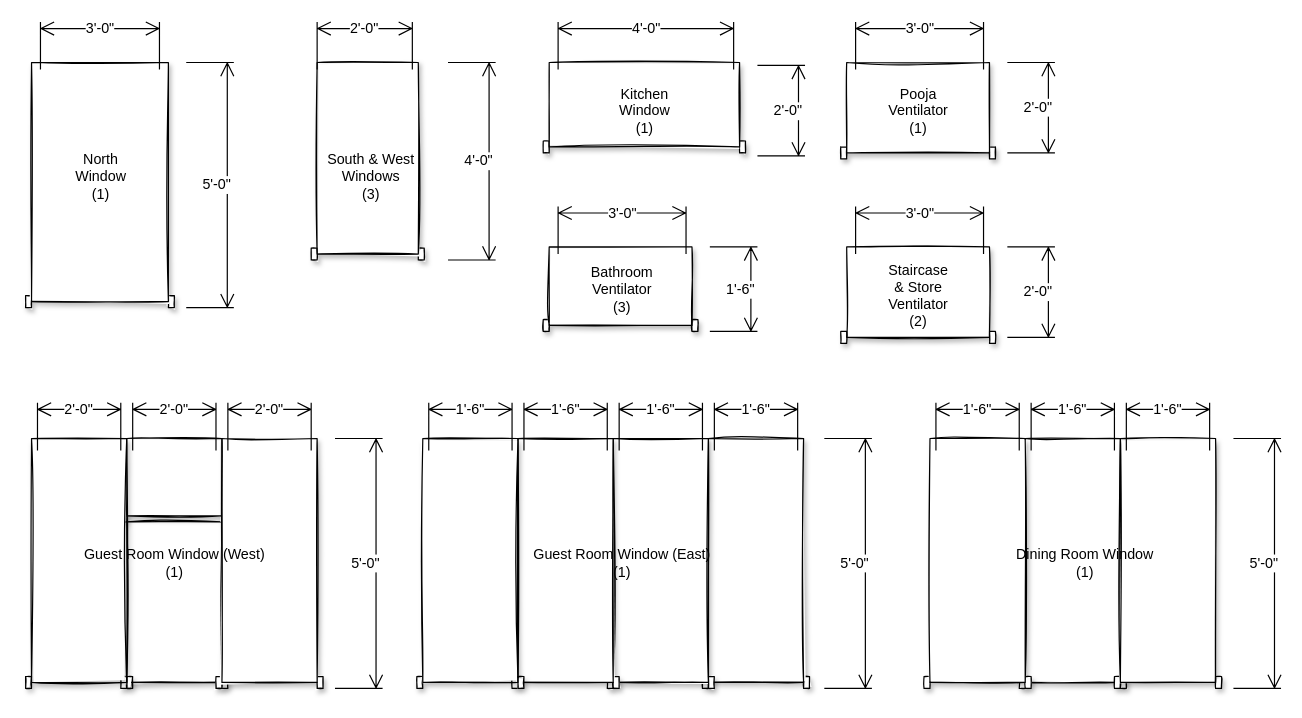
The draw.io diagram page "GF Windows" (2 of 4) of Doors_Windows.drawio in gudiseva/arvind, before the edit. Source tidied: cells renumbered, new cells numbered last; positions are measured from the earlier drawing's top-left corner, leaving out a move shared by most shapes. Both pictures are drawn from the tidied source at 119%, with x=0, y=0 at pixel (25, 21).
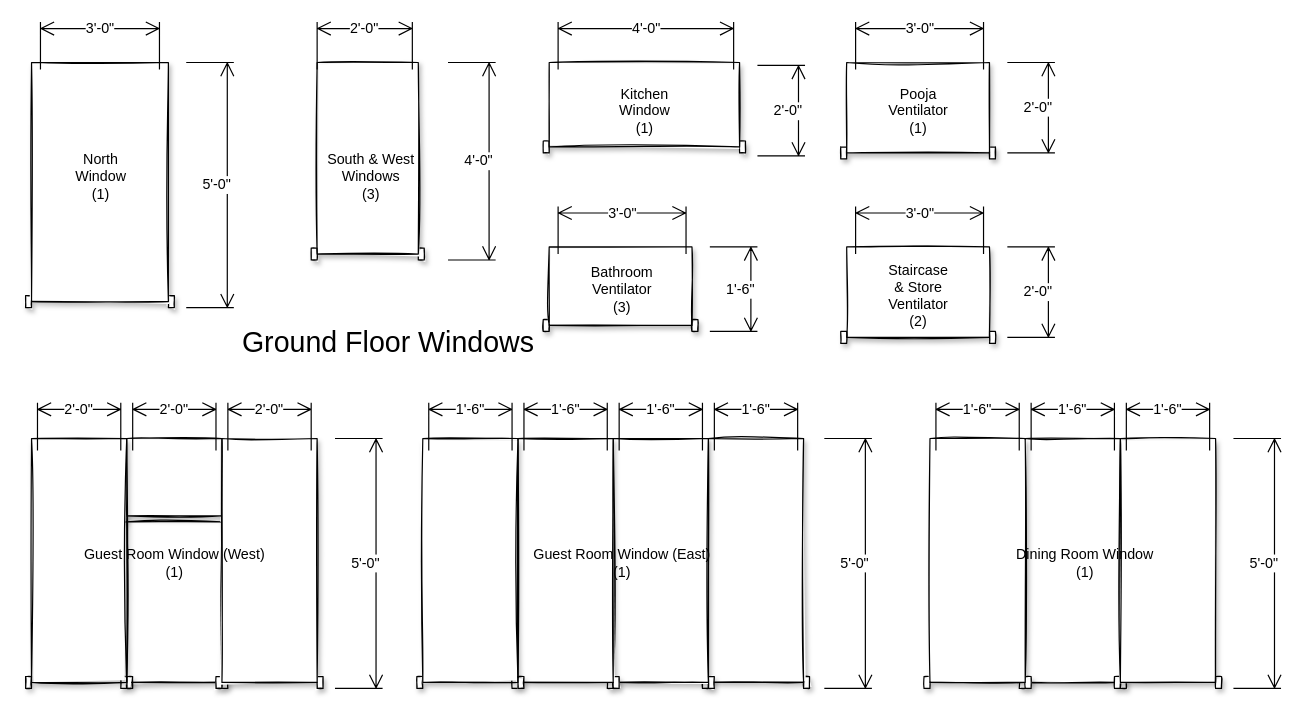
The same diagram, later.

The edit, as a diff of the source:
```diff
@@
+    <mxCell id="53" value="&lt;font style=&quot;font-size: 24px&quot;&gt;Ground Floor Windows&lt;/font&gt;" style="text;html=1;strokeColor=none;fillColor=none;align=center;verticalAlign=middle;whiteSpace=wrap;rounded=0;" parent="1" vertex="1">
+      <mxGeometry x="170" y="240" width="270" height="60" as="geometry" />
+    </mxCell>
```
